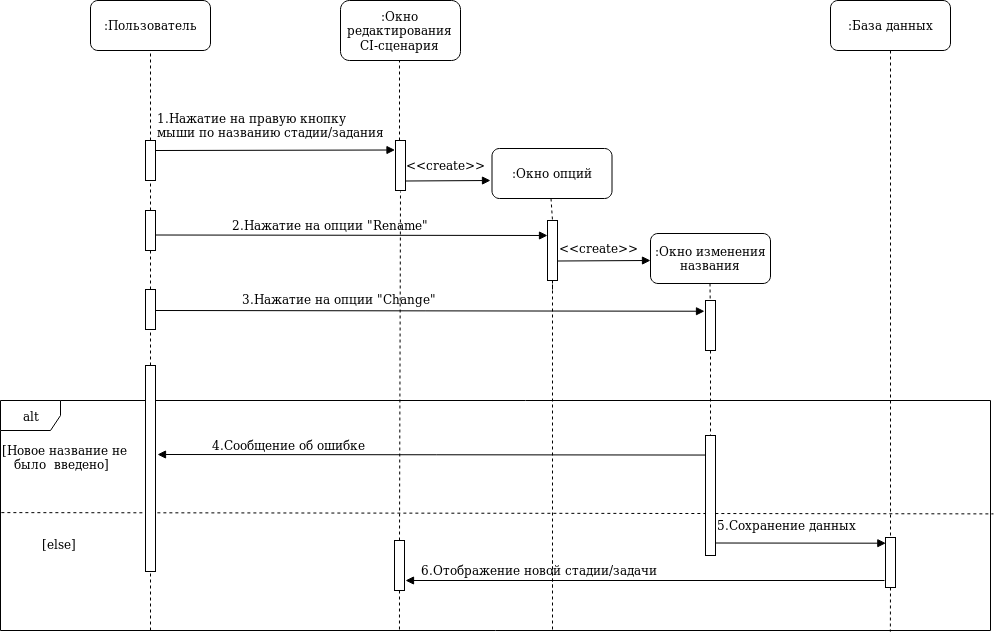
Andrew304/Visual-CI-Manager keeps this draw.io diagram as Diagrams/Sequence/Rename_stage_task.png. Above is the earlier version. Source tidied: cells renumbered, new cells last; positions are measured from the earlier drawing's top-left corner, leaving out a move shared by most shapes.
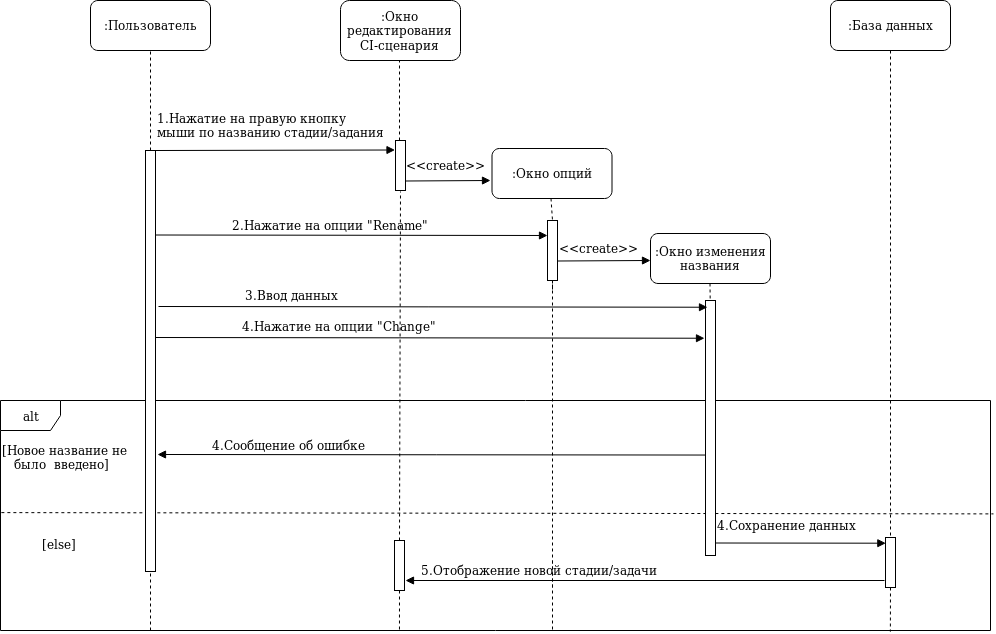
The same diagram one commit later.

Change to the diagram source:
```diff
@@ -5,10 +5,8 @@
     <mxCell id="2" value=":Пользователь" style="rounded=1;whiteSpace=wrap;html=1;" parent="1" vertex="1">
       <mxGeometry x="90" width="120" height="50" as="geometry" />
     </mxCell>
-    <mxCell id="3" style="endArrow=none;dashed=1;html=1;entryX=0.5;entryY=1;entryDx=0;entryDy=0;exitX=0.5;exitY=0;exitDx=0;exitDy=0;" parent="1" edge="1" target="2">
-      <mxGeometry relative="1" as="geometry">
-        <mxPoint x="150" y="140" as="sourcePoint" />
-      </mxGeometry>
+    <mxCell id="3" style="endArrow=none;dashed=1;html=1;entryX=0.5;entryY=1;entryDx=0;entryDy=0;exitX=0.5;exitY=0;exitDx=0;exitDy=0;" parent="1" edge="1" source="44" target="2">
+      <mxGeometry relative="1" as="geometry" />
     </mxCell>
     <mxCell id="4" value=":Окно редактирования CI-сценария" style="rounded=1;whiteSpace=wrap;html=1;" parent="1" vertex="1">
       <mxGeometry x="340" width="120" height="60" as="geometry" />
@@ -39,184 +37,167 @@
     <mxCell id="11" value="[else]" style="text;html=1;align=left;verticalAlign=top;spacingTop=-4;" parent="1" vertex="1">
       <mxGeometry x="40" y="534" width="50" height="20" as="geometry" />
     </mxCell>
-    <mxCell id="12" style="endArrow=none;dashed=1;html=1;entryX=0.5;entryY=1;entryDx=0;entryDy=0;" parent="1" edge="1" source="51" target="27">
+    <mxCell id="12" style="endArrow=none;dashed=1;html=1;exitX=0.5;exitY=1;exitDx=0;exitDy=0;entryX=0.403;entryY=1.001;entryDx=0;entryDy=0;entryPerimeter=0;" parent="1" edge="1" source="16" target="8">
       <mxGeometry relative="1" as="geometry" />
     </mxCell>
-    <mxCell id="13" style="rounded=0;whiteSpace=wrap;html=1;" parent="1" vertex="1">
-      <mxGeometry x="145" y="140" width="10" height="40" as="geometry" />
+    <mxCell id="13" style="endArrow=block;html=1;endFill=1;entryX=0.25;entryY=0;entryDx=0;entryDy=0;" parent="1" edge="1">
+      <mxGeometry relative="1" as="geometry">
+        <mxPoint x="155" y="150" as="sourcePoint" />
+        <mxPoint x="394.5" y="149.5" as="targetPoint" />
+      </mxGeometry>
     </mxCell>
-    <mxCell id="14" style="endArrow=none;dashed=1;html=1;exitX=0.5;exitY=0;exitDx=0;exitDy=0;" parent="1" edge="1" source="13">
-      <mxGeometry relative="1" as="geometry">
-        <mxPoint x="150" y="140" as="targetPoint" />
-      </mxGeometry>
+    <mxCell id="14" value="&lt;div&gt;1.Нажатие на правую кнопку&lt;/div&gt;&lt;div&gt; мыши по названию стадии/задания &lt;br&gt;&lt;/div&gt;&lt;div&gt;&lt;br&gt;&lt;/div&gt;" style="text;html=1;align=left;verticalAlign=top;spacingTop=-4;" parent="1" vertex="1">
+      <mxGeometry x="155" y="108" width="250" height="40" as="geometry" />
     </mxCell>
-    <mxCell id="15" style="endArrow=none;dashed=1;html=1;exitX=0.5;exitY=1;exitDx=0;exitDy=0;entryX=0.403;entryY=1.001;entryDx=0;entryDy=0;entryPerimeter=0;" parent="1" edge="1" source="19" target="8">
-      <mxGeometry relative="1" as="geometry" />
+    <mxCell id="15" style="endArrow=none;dashed=1;html=1;exitX=0.5;exitY=1;exitDx=0;exitDy=0;" parent="1" edge="1" source="5">
+      <mxGeometry relative="1" as="geometry">
+        <mxPoint x="890" y="310" as="targetPoint" />
+      </mxGeometry>
     </mxCell>
-    <mxCell id="16" style="endArrow=block;html=1;endFill=1;entryX=0.25;entryY=0;entryDx=0;entryDy=0;" parent="1" edge="1">
-      <mxGeometry relative="1" as="geometry">
-        <mxPoint x="155" y="150" as="sourcePoint" />
-        <mxPoint x="394.5" y="149.5" as="targetPoint" />
-      </mxGeometry>
+    <mxCell id="16" style="rounded=0;whiteSpace=wrap;html=1;" parent="1" vertex="1">
+      <mxGeometry x="394" y="540" width="10" height="50" as="geometry" />
     </mxCell>
-    <mxCell id="17" value="&lt;div&gt;1.Нажатие на правую кнопку&lt;/div&gt;&lt;div&gt; мыши по названию стадии/задания &lt;br&gt;&lt;/div&gt;&lt;div&gt;&lt;br&gt;&lt;/div&gt;" style="text;html=1;align=left;verticalAlign=top;spacingTop=-4;" parent="1" vertex="1">
-      <mxGeometry x="155" y="108" width="250" height="40" as="geometry" />
+    <mxCell id="17" style="endArrow=none;dashed=1;html=1;exitX=0.5;exitY=1;exitDx=0;exitDy=0;entryX=0.5;entryY=0;entryDx=0;entryDy=0;" parent="1" edge="1" target="30">
+      <mxGeometry relative="1" as="geometry">
+        <mxPoint x="890" y="310" as="sourcePoint" />
+      </mxGeometry>
     </mxCell>
-    <mxCell id="18" style="endArrow=none;dashed=1;html=1;exitX=0.5;exitY=1;exitDx=0;exitDy=0;" parent="1" edge="1" source="5">
+    <mxCell id="18" style="endArrow=block;html=1;endFill=1;" parent="1" edge="1">
       <mxGeometry relative="1" as="geometry">
-        <mxPoint x="890" y="310" as="targetPoint" />
+        <mxPoint x="405" y="180.5" as="sourcePoint" />
+        <mxPoint x="490" y="180" as="targetPoint" />
       </mxGeometry>
     </mxCell>
-    <mxCell id="19" style="rounded=0;whiteSpace=wrap;html=1;" parent="1" vertex="1">
-      <mxGeometry x="394" y="540" width="10" height="50" as="geometry" />
+    <mxCell id="19" value=":Окно опций " style="rounded=1;whiteSpace=wrap;html=1;" parent="1" vertex="1">
+      <mxGeometry x="491.5" y="148" width="120" height="50" as="geometry" />
     </mxCell>
-    <mxCell id="20" style="endArrow=none;dashed=1;html=1;exitX=0.5;exitY=1;exitDx=0;exitDy=0;entryX=0.5;entryY=0;entryDx=0;entryDy=0;" parent="1" edge="1" target="34">
+    <mxCell id="20" style="endArrow=none;dashed=1;html=1;" parent="1" edge="1">
       <mxGeometry relative="1" as="geometry">
-        <mxPoint x="890" y="310" as="sourcePoint" />
+        <mxPoint x="552" y="260" as="sourcePoint" />
+        <mxPoint x="552" y="590" as="targetPoint" />
       </mxGeometry>
     </mxCell>
-    <mxCell id="21" style="endArrow=block;html=1;endFill=1;" parent="1" edge="1">
-      <mxGeometry relative="1" as="geometry">
-        <mxPoint x="405" y="180.5" as="sourcePoint" />
-        <mxPoint x="490" y="180" as="targetPoint" />
-      </mxGeometry>
+    <mxCell id="21" style="rounded=0;whiteSpace=wrap;html=1;" parent="1" vertex="1">
+      <mxGeometry x="547" y="220" width="10" height="60" as="geometry" />
     </mxCell>
-    <mxCell id="22" value=":Окно опций " style="rounded=1;whiteSpace=wrap;html=1;" parent="1" vertex="1">
-      <mxGeometry x="491.5" y="148" width="120" height="50" as="geometry" />
+    <mxCell id="22" style="endArrow=none;dashed=1;html=1;exitX=0.5;exitY=1;exitDx=0;exitDy=0;entryX=0.5;entryY=0;entryDx=0;entryDy=0;" parent="1" edge="1" target="21">
+      <mxGeometry relative="1" as="geometry">
+        <mxPoint x="550.5" y="198" as="sourcePoint" />
+      </mxGeometry>
     </mxCell>
-    <mxCell id="23" style="endArrow=none;dashed=1;html=1;" parent="1" edge="1">
-      <mxGeometry relative="1" as="geometry">
-        <mxPoint x="552" y="260" as="sourcePoint" />
-        <mxPoint x="552" y="590" as="targetPoint" />
-      </mxGeometry>
+    <mxCell id="23" value="&amp;lt;&amp;lt;create&amp;gt;&amp;gt;" style="text;html=1;align=left;verticalAlign=top;spacingTop=-4;" parent="1" vertex="1">
+      <mxGeometry x="404" y="155" width="100" height="20" as="geometry" />
     </mxCell>
-    <mxCell id="24" style="rounded=0;whiteSpace=wrap;html=1;" parent="1" vertex="1">
-      <mxGeometry x="547" y="220" width="10" height="60" as="geometry" />
+    <mxCell id="24" style="endArrow=block;html=1;endFill=1;entryX=0;entryY=0.5;entryDx=0;entryDy=0;" parent="1" edge="1">
+      <mxGeometry relative="1" as="geometry">
+        <mxPoint x="155.5" y="234.5" as="sourcePoint" />
+        <mxPoint x="547" y="235" as="targetPoint" />
+      </mxGeometry>
     </mxCell>
-    <mxCell id="25" style="endArrow=none;dashed=1;html=1;exitX=0.5;exitY=1;exitDx=0;exitDy=0;entryX=0.5;entryY=0;entryDx=0;entryDy=0;" parent="1" edge="1" target="24">
-      <mxGeometry relative="1" as="geometry">
-        <mxPoint x="550.5" y="198" as="sourcePoint" />
-      </mxGeometry>
+    <mxCell id="25" value="2.Нажатие на опции &quot;Rename&quot;" style="text;html=1;align=left;verticalAlign=top;spacingTop=-4;" parent="1" vertex="1">
+      <mxGeometry x="230" y="215" width="220" height="20" as="geometry" />
     </mxCell>
-    <mxCell id="26" value="&amp;lt;&amp;lt;create&amp;gt;&amp;gt;" style="text;html=1;align=left;verticalAlign=top;spacingTop=-4;" parent="1" vertex="1">
-      <mxGeometry x="404" y="155" width="100" height="20" as="geometry" />
+    <mxCell id="26" style="endArrow=none;dashed=1;html=1;exitX=0.5;exitY=1;exitDx=0;exitDy=0;" parent="1" edge="1" source="21">
+      <mxGeometry relative="1" as="geometry">
+        <mxPoint x="552" y="290" as="targetPoint" />
+      </mxGeometry>
     </mxCell>
-    <mxCell id="27" style="rounded=0;whiteSpace=wrap;html=1;" parent="1" vertex="1">
-      <mxGeometry x="145" y="210" width="10" height="40" as="geometry" />
+    <mxCell id="27" style="endArrow=none;dashed=1;html=1;entryX=0.5;entryY=1;entryDx=0;entryDy=0;exitX=0.5;exitY=0;exitDx=0;exitDy=0;" parent="1" edge="1" source="16">
+      <mxGeometry relative="1" as="geometry">
+        <mxPoint x="400" y="191" as="targetPoint" />
+      </mxGeometry>
     </mxCell>
-    <mxCell id="28" style="endArrow=block;html=1;endFill=1;entryX=0;entryY=0.5;entryDx=0;entryDy=0;" parent="1" edge="1">
+    <mxCell id="28" style="endArrow=block;html=1;endFill=1;exitX=0.05;exitY=0.163;exitDx=0;exitDy=0;exitPerimeter=0;" parent="1" edge="1">
       <mxGeometry relative="1" as="geometry">
-        <mxPoint x="155.5" y="234.5" as="sourcePoint" />
-        <mxPoint x="547" y="235" as="targetPoint" />
+        <mxPoint x="707.5" y="454.6" as="sourcePoint" />
+        <mxPoint x="157" y="454" as="targetPoint" />
       </mxGeometry>
     </mxCell>
-    <mxCell id="29" value="2.Нажатие на опции &quot;Rename&quot;" style="text;html=1;align=left;verticalAlign=top;spacingTop=-4;" parent="1" vertex="1">
-      <mxGeometry x="230" y="215" width="220" height="20" as="geometry" />
+    <mxCell id="29" value="4.Сообщение об ошибке" style="text;html=1;align=left;verticalAlign=top;spacingTop=-4;" parent="1" vertex="1">
+      <mxGeometry x="210" y="435" width="170" height="20" as="geometry" />
     </mxCell>
-    <mxCell id="30" style="endArrow=none;dashed=1;html=1;exitX=0.5;exitY=1;exitDx=0;exitDy=0;" parent="1" edge="1" source="24">
-      <mxGeometry relative="1" as="geometry">
-        <mxPoint x="552" y="290" as="targetPoint" />
-      </mxGeometry>
+    <mxCell id="30" style="rounded=0;whiteSpace=wrap;html=1;" parent="1" vertex="1">
+      <mxGeometry x="885" y="537" width="10" height="50" as="geometry" />
     </mxCell>
-    <mxCell id="31" style="endArrow=none;dashed=1;html=1;entryX=0.5;entryY=1;entryDx=0;entryDy=0;exitX=0.5;exitY=0;exitDx=0;exitDy=0;" parent="1" edge="1" source="19">
+    <mxCell id="31" style="endArrow=none;dashed=1;html=1;exitX=0.5;exitY=1;exitDx=0;exitDy=0;entryX=0.939;entryY=1.005;entryDx=0;entryDy=0;entryPerimeter=0;" parent="1" edge="1" source="30">
       <mxGeometry relative="1" as="geometry">
-        <mxPoint x="400" y="191" as="targetPoint" />
+        <mxPoint x="889.9" y="631.2" as="targetPoint" />
       </mxGeometry>
     </mxCell>
-    <mxCell id="32" style="endArrow=block;html=1;endFill=1;exitX=0.05;exitY=0.163;exitDx=0;exitDy=0;exitPerimeter=0;" parent="1" edge="1">
+    <mxCell id="32" style="endArrow=block;html=1;endFill=1;entryX=0.033;entryY=0.114;entryDx=0;entryDy=0;entryPerimeter=0;" parent="1" edge="1" target="30">
       <mxGeometry relative="1" as="geometry">
-        <mxPoint x="707.5" y="454.6" as="sourcePoint" />
-        <mxPoint x="157" y="454" as="targetPoint" />
+        <mxPoint x="715" y="542.5" as="sourcePoint" />
       </mxGeometry>
     </mxCell>
-    <mxCell id="33" value="4.Сообщение об ошибке" style="text;html=1;align=left;verticalAlign=top;spacingTop=-4;" parent="1" vertex="1">
-      <mxGeometry x="210" y="435" width="170" height="20" as="geometry" />
+    <mxCell id="33" value="&lt;div&gt;4.Сохранение данных&lt;/div&gt;" style="text;html=1;align=left;verticalAlign=top;spacingTop=-4;" parent="1" vertex="1">
+      <mxGeometry x="715" y="515" width="150" height="20" as="geometry" />
     </mxCell>
-    <mxCell id="34" style="rounded=0;whiteSpace=wrap;html=1;" parent="1" vertex="1">
-      <mxGeometry x="885" y="537" width="10" height="50" as="geometry" />
+    <mxCell id="34" style="endArrow=block;html=1;endFill=1;" parent="1" edge="1">
+      <mxGeometry relative="1" as="geometry">
+        <mxPoint x="884" y="580" as="sourcePoint" />
+        <mxPoint x="405" y="580" as="targetPoint" />
+      </mxGeometry>
     </mxCell>
-    <mxCell id="35" style="endArrow=none;dashed=1;html=1;exitX=0.5;exitY=1;exitDx=0;exitDy=0;entryX=0.939;entryY=1.005;entryDx=0;entryDy=0;entryPerimeter=0;" parent="1" edge="1" source="34">
-      <mxGeometry relative="1" as="geometry">
-        <mxPoint x="889.9" y="631.2" as="targetPoint" />
-      </mxGeometry>
+    <mxCell id="35" value="5.Отображение новой стадии/задачи" style="text;html=1;align=left;verticalAlign=top;spacingTop=-4;" parent="1" vertex="1">
+      <mxGeometry x="419" y="560" width="250" height="20" as="geometry" />
     </mxCell>
-    <mxCell id="36" style="endArrow=block;html=1;endFill=1;entryX=0.033;entryY=0.114;entryDx=0;entryDy=0;entryPerimeter=0;" parent="1" edge="1" target="34">
+    <mxCell id="36" style="endArrow=none;dashed=1;html=1;" parent="1" edge="1">
       <mxGeometry relative="1" as="geometry">
-        <mxPoint x="715" y="542.5" as="sourcePoint" />
+        <mxPoint x="552" y="560" as="sourcePoint" />
+        <mxPoint x="552" y="630" as="targetPoint" />
       </mxGeometry>
     </mxCell>
-    <mxCell id="37" value="&lt;div&gt;5.Сохранение данных&lt;/div&gt;" style="text;html=1;align=left;verticalAlign=top;spacingTop=-4;" parent="1" vertex="1">
-      <mxGeometry x="715" y="515" width="160" height="20" as="geometry" />
+    <mxCell id="37" style="endArrow=block;html=1;endFill=1;" parent="1" edge="1">
+      <mxGeometry relative="1" as="geometry">
+        <mxPoint x="557" y="260.5" as="sourcePoint" />
+        <mxPoint x="650" y="260" as="targetPoint" />
+      </mxGeometry>
     </mxCell>
-    <mxCell id="38" style="endArrow=block;html=1;endFill=1;" parent="1" edge="1">
-      <mxGeometry relative="1" as="geometry">
-        <mxPoint x="884" y="580" as="sourcePoint" />
-        <mxPoint x="405" y="580" as="targetPoint" />
-      </mxGeometry>
+    <mxCell id="38" value="&amp;lt;&amp;lt;create&amp;gt;&amp;gt;" style="text;html=1;align=left;verticalAlign=top;spacingTop=-4;" parent="1" vertex="1">
+      <mxGeometry x="557" y="238" width="100" height="20" as="geometry" />
     </mxCell>
-    <mxCell id="39" value="6.Отображение новой стадии/задачи" style="text;html=1;align=left;verticalAlign=top;spacingTop=-4;" parent="1" vertex="1">
-      <mxGeometry x="419" y="560" width="260" height="20" as="geometry" />
+    <mxCell id="39" value="&lt;div&gt;:Окно изменения&lt;/div&gt;&lt;div&gt;названия &lt;br&gt; &lt;/div&gt;" style="rounded=1;whiteSpace=wrap;html=1;" parent="1" vertex="1">
+      <mxGeometry x="650" y="233" width="120" height="50" as="geometry" />
     </mxCell>
-    <mxCell id="40" style="endArrow=none;dashed=1;html=1;" parent="1" edge="1">
+    <mxCell id="40" style="endArrow=none;dashed=1;html=1;entryX=0.5;entryY=0;entryDx=0;entryDy=0;" parent="1" edge="1" target="43">
       <mxGeometry relative="1" as="geometry">
-        <mxPoint x="552" y="560" as="sourcePoint" />
-        <mxPoint x="552" y="630" as="targetPoint" />
+        <mxPoint x="710" y="350" as="sourcePoint" />
       </mxGeometry>
     </mxCell>
-    <mxCell id="41" style="endArrow=block;html=1;endFill=1;" parent="1" edge="1">
+    <mxCell id="41" style="endArrow=block;html=1;endFill=1;entryX=-0.1;entryY=0.179;entryDx=0;entryDy=0;entryPerimeter=0;" parent="1" edge="1">
       <mxGeometry relative="1" as="geometry">
-        <mxPoint x="557" y="260.5" as="sourcePoint" />
-        <mxPoint x="650" y="260" as="targetPoint" />
+        <mxPoint x="155" y="337" as="sourcePoint" />
+        <mxPoint x="704" y="337.7" as="targetPoint" />
       </mxGeometry>
     </mxCell>
-    <mxCell id="42" value="&amp;lt;&amp;lt;create&amp;gt;&amp;gt;" style="text;html=1;align=left;verticalAlign=top;spacingTop=-4;" parent="1" vertex="1">
-      <mxGeometry x="557" y="238" width="100" height="20" as="geometry" />
+    <mxCell id="42" value="4.Нажатие на опции &quot;Change&quot;" style="text;html=1;align=left;verticalAlign=top;spacingTop=-4;" parent="1" vertex="1">
+      <mxGeometry x="240" y="316" width="210" height="20" as="geometry" />
     </mxCell>
-    <mxCell id="43" value="&lt;div&gt;:Окно изменения&lt;/div&gt;&lt;div&gt;названия &lt;br&gt; &lt;/div&gt;" style="rounded=1;whiteSpace=wrap;html=1;" parent="1" vertex="1">
-      <mxGeometry x="650" y="233" width="120" height="50" as="geometry" />
+    <mxCell id="43" style="rounded=0;whiteSpace=wrap;html=1;" parent="1" vertex="1">
+      <mxGeometry x="705" y="300" width="10" height="255" as="geometry" />
     </mxCell>
-    <mxCell id="44" style="endArrow=none;dashed=1;html=1;entryX=0.5;entryY=0;entryDx=0;entryDy=0;" parent="1" edge="1" source="46" target="49">
-      <mxGeometry relative="1" as="geometry" />
+    <mxCell id="44" style="rounded=0;whiteSpace=wrap;html=1;" parent="1" vertex="1">
+      <mxGeometry x="145" y="150" width="10" height="421" as="geometry" />
     </mxCell>
-    <mxCell id="45" style="endArrow=block;html=1;endFill=1;entryX=-0.1;entryY=0.179;entryDx=0;entryDy=0;entryPerimeter=0;" parent="1" edge="1">
+    <mxCell id="45" style="endArrow=none;dashed=1;html=1;entryX=0.5;entryY=1;entryDx=0;entryDy=0;" parent="1" edge="1" target="44">
       <mxGeometry relative="1" as="geometry">
-        <mxPoint x="155" y="310" as="sourcePoint" />
-        <mxPoint x="704" y="310.7" as="targetPoint" />
+        <mxPoint x="150" y="630" as="sourcePoint" />
       </mxGeometry>
     </mxCell>
-    <mxCell id="46" style="rounded=0;whiteSpace=wrap;html=1;" parent="1" vertex="1">
-      <mxGeometry x="705" y="300" width="10" height="50" as="geometry" />
+    <mxCell id="46" style="endArrow=block;html=1;endFill=1;entryX=-0.1;entryY=0.179;entryDx=0;entryDy=0;entryPerimeter=0;" parent="1" edge="1">
+      <mxGeometry relative="1" as="geometry">
+        <mxPoint x="158" y="306" as="sourcePoint" />
+        <mxPoint x="707" y="306.7" as="targetPoint" />
+      </mxGeometry>
     </mxCell>
-    <mxCell id="47" style="endArrow=none;dashed=1;html=1;" parent="1" edge="1" target="46">
+    <mxCell id="47" style="endArrow=none;dashed=1;html=1;" parent="1" edge="1">
       <mxGeometry relative="1" as="geometry">
         <mxPoint x="709.5" y="283" as="sourcePoint" />
+        <mxPoint x="709.7" y="300" as="targetPoint" />
       </mxGeometry>
     </mxCell>
-    <mxCell id="48" value="3.Нажатие на опции &quot;Change&quot;" style="text;html=1;align=left;verticalAlign=top;spacingTop=-4;" parent="1" vertex="1">
-      <mxGeometry x="240" y="289" width="210" height="20" as="geometry" />
+    <mxCell id="48" value="3.Ввод данных" style="text;html=1;align=left;verticalAlign=top;spacingTop=-4;" parent="1" vertex="1">
+      <mxGeometry x="243" y="285" width="110" height="20" as="geometry" />
     </mxCell>
-    <mxCell id="49" style="rounded=0;whiteSpace=wrap;html=1;" parent="1" vertex="1">
-      <mxGeometry x="705" y="435" width="10" height="120" as="geometry" />
-    </mxCell>
-    <mxCell id="50" style="endArrow=none;dashed=1;html=1;entryX=0.5;entryY=1;entryDx=0;entryDy=0;" parent="1" edge="1">
-      <mxGeometry relative="1" as="geometry">
-        <mxPoint x="150" y="210" as="sourcePoint" />
-        <mxPoint x="150" y="180" as="targetPoint" />
-      </mxGeometry>
-    </mxCell>
-    <mxCell id="51" style="rounded=0;whiteSpace=wrap;html=1;" parent="1" vertex="1">
-      <mxGeometry x="145" y="289" width="10" height="40" as="geometry" />
-    </mxCell>
-    <mxCell id="52" style="endArrow=none;dashed=1;html=1;entryX=0.5;entryY=1;entryDx=0;entryDy=0;" parent="1" edge="1" source="53" target="51">
-      <mxGeometry relative="1" as="geometry" />
-    </mxCell>
-    <mxCell id="53" style="rounded=0;whiteSpace=wrap;html=1;" parent="1" vertex="1">
-      <mxGeometry x="145" y="365" width="10" height="206" as="geometry" />
-    </mxCell>
-    <mxCell id="54" style="endArrow=none;dashed=1;html=1;entryX=0.5;entryY=1;entryDx=0;entryDy=0;" parent="1" edge="1" target="53">
-      <mxGeometry relative="1" as="geometry">
-        <mxPoint x="150" y="630" as="sourcePoint" />
-      </mxGeometry>
-    </mxCell>
   </root>
 </mxGraphModel>
```
